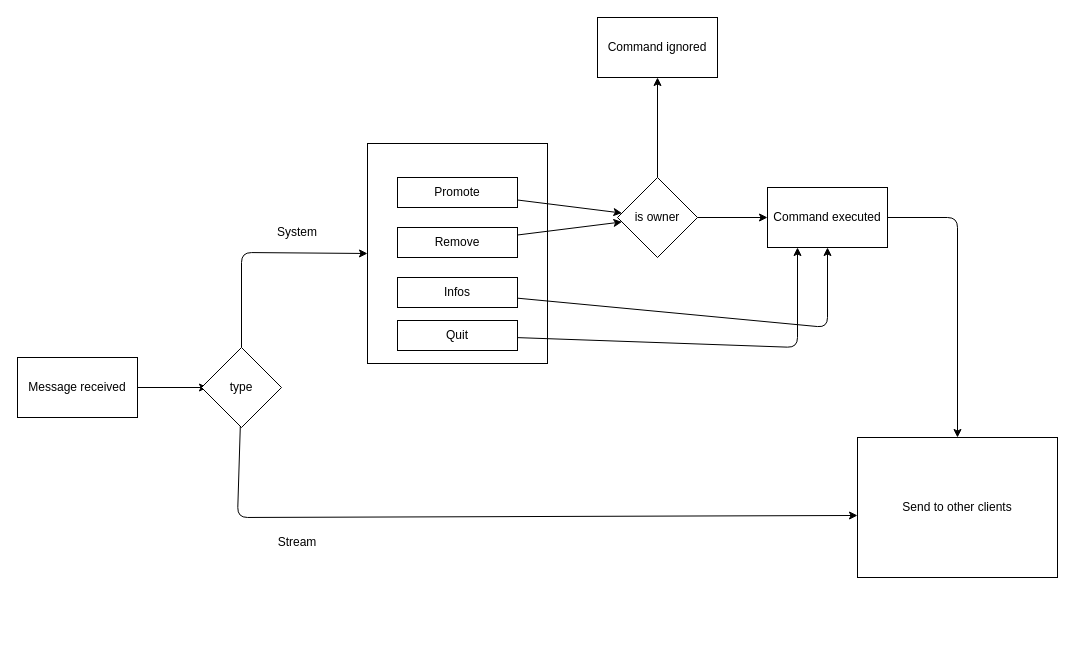
The draw.io diagram docs/protocol.drawio in Neutron-robotics/neutron-connection, before the edit. Source tidied: cells renumbered, new cells numbered last; positions are measured from the earlier drawing's top-left corner, leaving out a move shared by most shapes. Both pictures are drawn from the tidied source at 100%, with x=0, y=0 at pixel (17, 17).
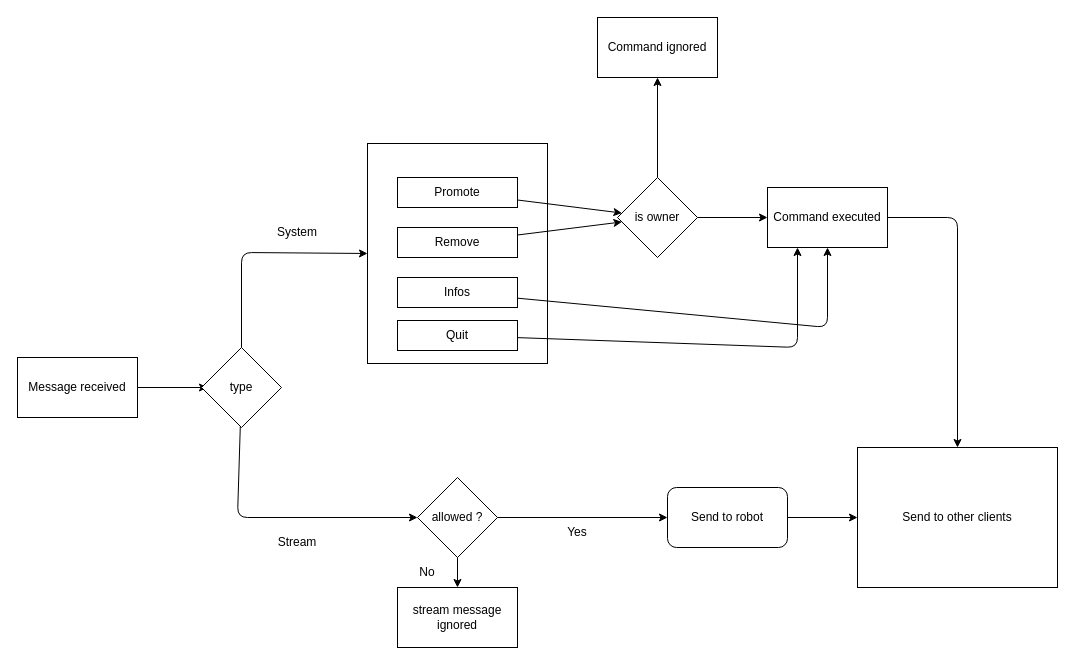
The same diagram, later.

The change refers to these unchanged cells:
```xml
<mxCell id="6" value="type" style="rhombus;whiteSpace=wrap;html=1;" parent="1" vertex="1">
  <mxGeometry x="184" y="330" width="80" height="80" as="geometry" />
</mxCell>
```

What changed in the source:
```diff
@@
-    <mxCell id="5" style="edgeStyle=none;html=1;entryX=0;entryY=0.557;entryDx=0;entryDy=0;entryPerimeter=0;" parent="1" edge="1" source="6" target="8">
+    <mxCell id="5" style="edgeStyle=none;html=1;entryX=0;entryY=0.5;entryDx=0;entryDy=0;" parent="1" edge="1" source="6" target="27">
       <mxGeometry relative="1" as="geometry">
         <Array as="points">
           <mxPoint x="220" y="500" />
         </Array>
       </mxGeometry>
     </mxCell>
@@
     <mxCell id="8" value="Send to other clients" style="rounded=0;whiteSpace=wrap;html=1;" parent="1" vertex="1">
-      <mxGeometry x="840" y="420" width="200" height="140" as="geometry" />
+      <mxGeometry x="840" y="430" width="200" height="140" as="geometry" />
     </mxCell>
@@
+    <mxCell id="25" style="edgeStyle=none;html=1;" parent="1" edge="1" source="27" target="29">
+      <mxGeometry relative="1" as="geometry" />
+    </mxCell>
+    <mxCell id="26" style="edgeStyle=none;html=1;entryX=0.5;entryY=0;entryDx=0;entryDy=0;" parent="1" edge="1" source="27" target="31">
+      <mxGeometry relative="1" as="geometry" />
+    </mxCell>
+    <mxCell id="27" value="allowed ?" style="rhombus;whiteSpace=wrap;html=1;" parent="1" vertex="1">
+      <mxGeometry x="400" y="460" width="80" height="80" as="geometry" />
+    </mxCell>
+    <mxCell id="28" style="edgeStyle=none;html=1;" parent="1" edge="1" source="29" target="8">
+      <mxGeometry relative="1" as="geometry" />
+    </mxCell>
+    <mxCell id="29" value="Send to robot" style="rounded=1;whiteSpace=wrap;html=1;" parent="1" vertex="1">
+      <mxGeometry x="650" y="470" width="120" height="60" as="geometry" />
+    </mxCell>
+    <mxCell id="30" value="Yes" style="text;html=1;strokeColor=none;fillColor=none;align=center;verticalAlign=middle;whiteSpace=wrap;rounded=0;" parent="1" vertex="1">
+      <mxGeometry x="530" y="500" width="60" height="30" as="geometry" />
+    </mxCell>
+    <mxCell id="31" value="stream message ignored" style="rounded=0;whiteSpace=wrap;html=1;" parent="1" vertex="1">
+      <mxGeometry x="380" y="570" width="120" height="60" as="geometry" />
+    </mxCell>
+    <mxCell id="32" value="No" style="text;html=1;strokeColor=none;fillColor=none;align=center;verticalAlign=middle;whiteSpace=wrap;rounded=0;" parent="1" vertex="1">
+      <mxGeometry x="380" y="540" width="60" height="30" as="geometry" />
+    </mxCell>
```
